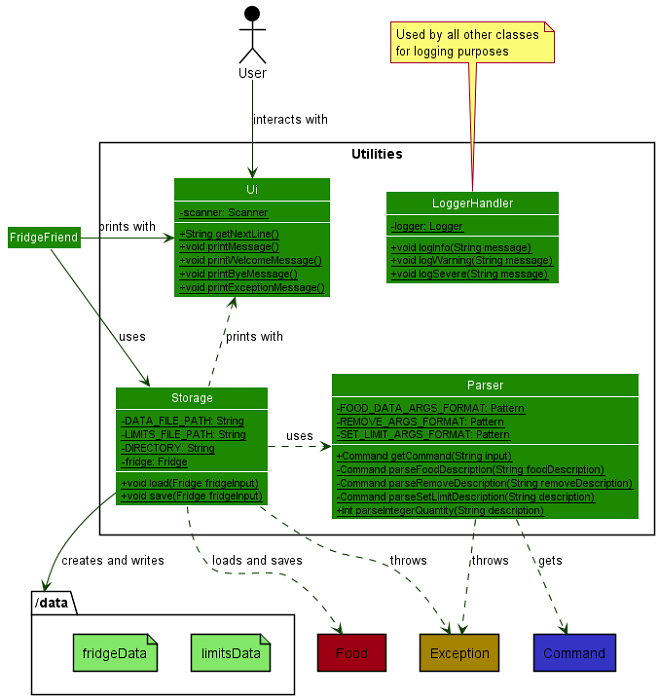
The PlantUML diagram docs/diagrams/diagram_images/UtilitiesClassDiagram.png in nus-cs2113-AY2021S2/tp, before a commit. The source it was exported from:
```plantuml
@startuml UtilitiesClassDiagram
allow_mixing
!include style.puml
skinparam arrowThickness 1.1
skinparam arrowColor UTILITIES_COLOR_T4
skinparam classBackgroundColor UTILITIES_COLOR
skinparam classAttributeIconSize 0

actor User

package Utilities <<Rectangle>> {
    class Ui
    class LoggerHandler
    class Storage
    class Parser
}

package "/data" <<folder>> {
    file limitsData UTILITIES_COLOR_T1
    file fridgeData UTILITIES_COLOR_T1
}

package Food <<Rectangle>> FOOD_COLOR {
}

package Exception <<Rectangle>> EXCEPTION_COLOR {
}

package Command <<Rectangle>> COMMAND_COLOR {
}

class Ui {
  - {static} scanner: Scanner
  + {static} String getNextLine()
  + {static} void printMessage()
  + {static} void printWelcomeMessage()
  + {static} void printByeMessage()
  + {static} void printExceptionMessage()
}

class LoggerHandler {
  - {static} logger: Logger
  + {static} void logInfo(String message)
  + {static} void logWarning(String message)
  + {static} void logSevere(String message)
}

class Storage {
  - {static} DATA_FILE_PATH: String
  - {static} LIMITS_FILE_PATH: String
  - {static} DIRECTORY: String
  - {static} fridge: Fridge
  + {static} void load(Fridge fridgeInput)
  + {static} void save(Fridge fridgeInput)
}

class Parser {
  - {static} FOOD_DATA_ARGS_FORMAT: Pattern
  - {static} REMOVE_ARGS_FORMAT: Pattern
  - {static} SET_LIMIT_ARGS_FORMAT: Pattern
  + {static} Command getCommand(String input)
  - {static} Command parseFoodDescription(String foodDescription)
  - {static} Command parseRemoveDescription(String removeDescription)
  - {static} Command parseSetLimitDescription(String description)
  + {static} int parseIntegerQuantity(String description)
}

LoggerHandler -left[hidden]-> Ui
LoggerHandler -down[hidden]-> Parser
Parser -left[hidden]-> Storage
Ui -down[hidden]-> Storage
Command -right[hidden]-> Exception
"/data" -right[hidden]-> Food
Food -right[hidden]-> Exception
Exception -right[hidden]-> Command
Parser -down[hidden]-> "/data"

User -down-> Ui : interacts with
FridgeFriend -right-> Ui : prints with
FridgeFriend -right-> Storage : uses

Storage .up.> Ui : prints with
Storage .right.> Parser : uses
Storage -down-> "/data" : creates and writes
Storage .down.> Food : loads and saves
Storage .down.> Exception : throws
Parser .down.> Exception : throws
Parser .down.> Command : gets

note top of LoggerHandler : Used by all other classes\nfor logging purposes

@enduml
```
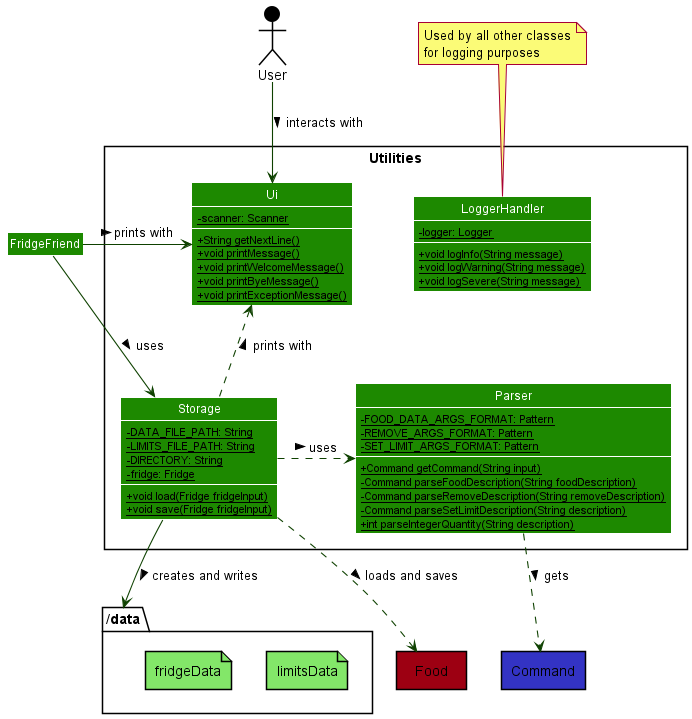
Later version of the same file.

The edit, as a diff of the source:
```diff
@@ -21,9 +21,6 @@
 }
 
 package Food <<Rectangle>> FOOD_COLOR {
-}
-
-package Exception <<Rectangle>> EXCEPTION_COLOR {
 }
 
 package Command <<Rectangle>> COMMAND_COLOR {
@@ -69,23 +66,18 @@
 LoggerHandler -down[hidden]-> Parser
 Parser -left[hidden]-> Storage
 Ui -down[hidden]-> Storage
-Command -right[hidden]-> Exception
 "/data" -right[hidden]-> Food
-Food -right[hidden]-> Exception
-Exception -right[hidden]-> Command
 Parser -down[hidden]-> "/data"
 
-User -down-> Ui : interacts with
-FridgeFriend -right-> Ui : prints with
-FridgeFriend -right-> Storage : uses
+User -down-> Ui : interacts with >
+FridgeFriend -right-> Ui : prints with >
+FridgeFriend -right-> Storage : uses >
 
-Storage .up.> Ui : prints with
-Storage .right.> Parser : uses
-Storage -down-> "/data" : creates and writes
-Storage .down.> Food : loads and saves
-Storage .down.> Exception : throws
-Parser .down.> Exception : throws
-Parser .down.> Command : gets
+Storage .up.> Ui : prints with >
+Storage .right.> Parser : uses >
+Storage -down-> "/data" : creates and writes >
+Storage .down.> Food : loads and saves >
+Parser .down.> Command : gets >
 
 note top of LoggerHandler : Used by all other classes\nfor logging purposes
 
```
